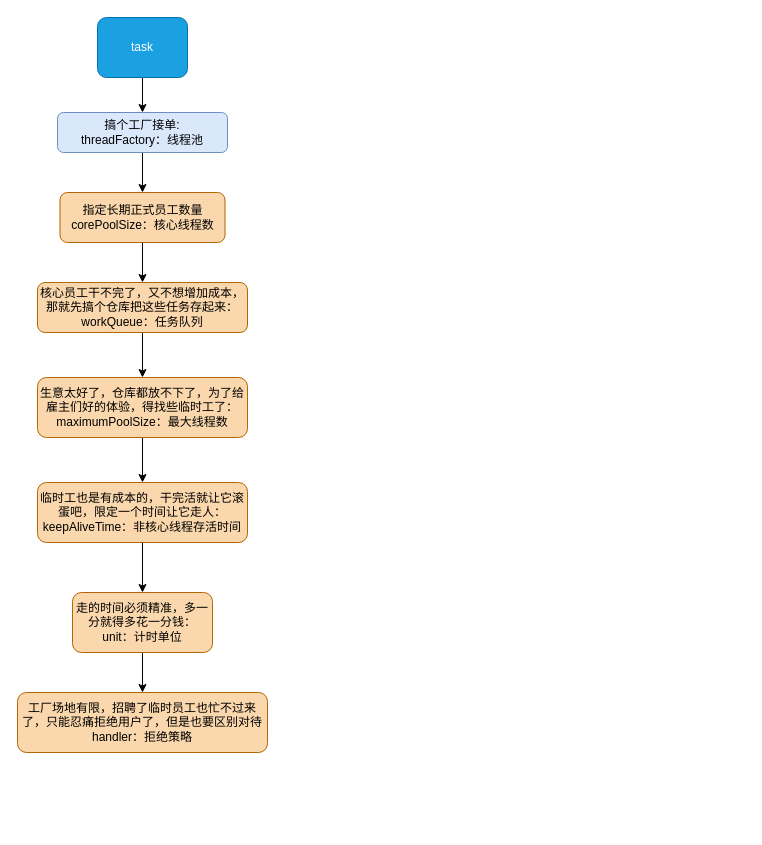
This is utilsdemo/src/main/resources/FlowDiagram/ThreadExecutorPool设计原理.drawio from an-1024/WorkUtil, a draw.io file, before an edit. Source tidied: cells renumbered, new cells numbered last; positions are measured from the earlier drawing's top-left corner, leaving out a move shared by most shapes. Both pictures are drawn from the tidied source at 100%, with x=0, y=0 at pixel (17, 17).
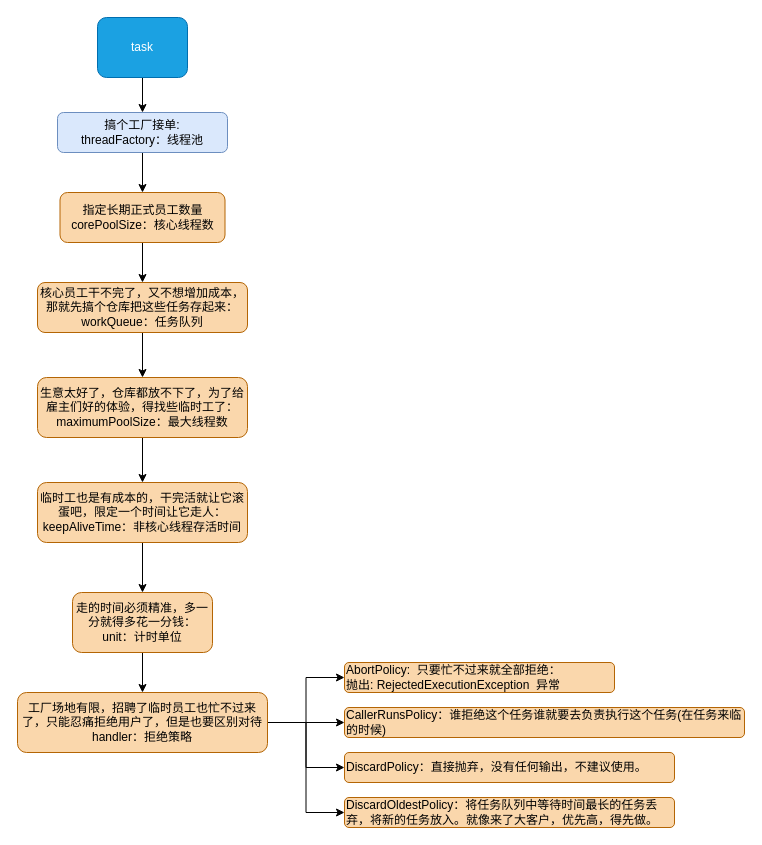
The same diagram, later.

Commit message:
更新ThreadExecutorPool设计原理.drawio

The change refers to these unchanged cells:
```xml
<mxCell id="16" value="工厂场地有限，招聘了临时员工也忙不过来了，只能忍痛拒绝用户了，但是也要区别对待&lt;br&gt;handler：拒绝策略" style="whiteSpace=wrap;html=1;fillColor=#fad7ac;strokeColor=#b46504;rounded=1;" parent="1" vertex="1">
  <mxGeometry y="675" width="250" height="60" as="geometry" />
</mxCell>
```

Change to the diagram source:
```diff
@@
+    <mxCell id="17" style="edgeStyle=orthogonalEdgeStyle;rounded=0;jettySize=auto;html=1;" parent="1" edge="1" source="16" target="21">
+      <mxGeometry relative="1" as="geometry" />
+    </mxCell>
+    <mxCell id="18" style="edgeStyle=orthogonalEdgeStyle;rounded=0;jettySize=auto;html=1;" parent="1" edge="1" source="16" target="22">
+      <mxGeometry relative="1" as="geometry" />
+    </mxCell>
+    <mxCell id="19" style="edgeStyle=orthogonalEdgeStyle;rounded=0;jettySize=auto;html=1;entryX=0;entryY=0.5;entryDx=0;entryDy=0;" parent="1" edge="1" source="16" target="23">
+      <mxGeometry relative="1" as="geometry" />
+    </mxCell>
+    <mxCell id="20" style="edgeStyle=orthogonalEdgeStyle;rounded=0;jettySize=auto;html=1;entryX=0;entryY=0.5;entryDx=0;entryDy=0;" parent="1" edge="1" source="16" target="24">
+      <mxGeometry relative="1" as="geometry" />
+    </mxCell>
@@
+    <mxCell id="21" value="AbortPolicy:&amp;nbsp; 只要忙不过来就全部拒绝：&lt;br&gt;抛出:&amp;nbsp;RejectedExecutionException&amp;nbsp; 异常" style="whiteSpace=wrap;html=1;fillColor=#fad7ac;strokeColor=#b46504;rounded=1;align=left;" parent="1" vertex="1">
+      <mxGeometry x="327" y="645" width="270" height="30" as="geometry" />
+    </mxCell>
+    <mxCell id="22" value="CallerRunsPolicy：谁拒绝这个任务谁就要去负责执行这个任务(在任务来临的时候)" style="whiteSpace=wrap;html=1;fillColor=#fad7ac;strokeColor=#b46504;rounded=1;align=left;" parent="1" vertex="1">
+      <mxGeometry x="327" y="690" width="400" height="30" as="geometry" />
+    </mxCell>
+    <mxCell id="23" value="DiscardPolicy：直接抛弃，没有任何输出，不建议使用。" style="whiteSpace=wrap;html=1;fillColor=#fad7ac;strokeColor=#b46504;rounded=1;align=left;" parent="1" vertex="1">
+      <mxGeometry x="327" y="735" width="330" height="30" as="geometry" />
+    </mxCell>
+    <mxCell id="24" value="DiscardOldestPolicy：将任务队列中等待时间最长的任务丢弃，将新的任务放入。就像来了大客户，优先高，得先做。" style="whiteSpace=wrap;html=1;fillColor=#fad7ac;strokeColor=#b46504;rounded=1;align=left;" parent="1" vertex="1">
+      <mxGeometry x="327" y="780" width="330" height="30" as="geometry" />
+    </mxCell>
```
